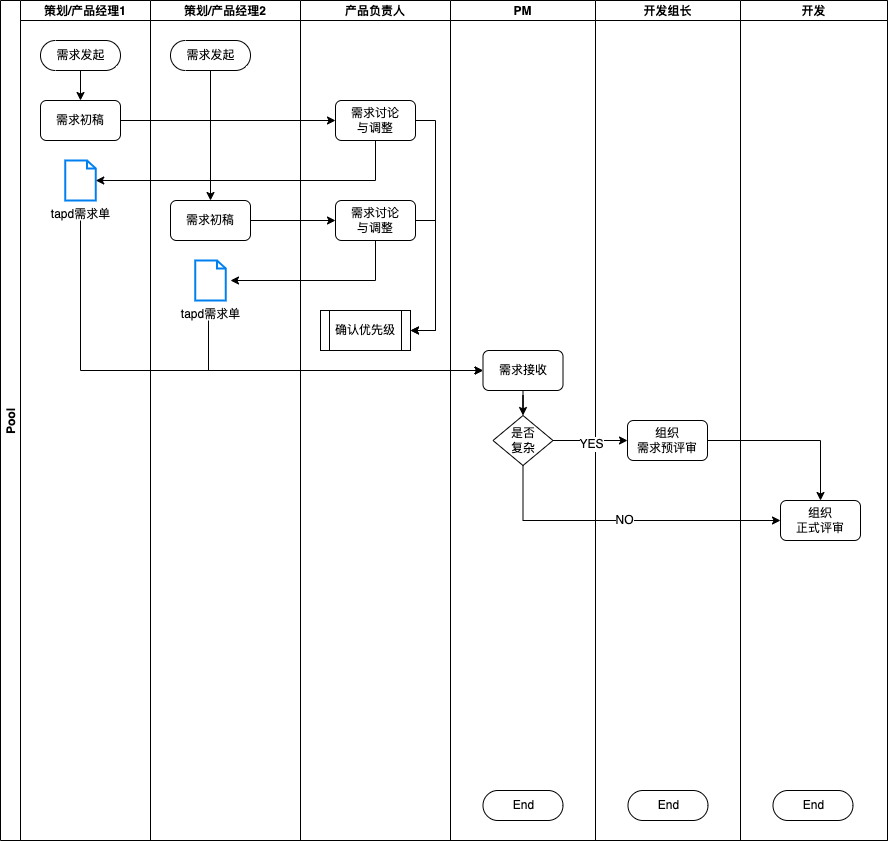
Above: Untitled Diagram.drawio.png in derek964/the-economist-ebooks (draw.io), before the change. Source tidied: cells renumbered, new cells last; positions are measured from the earlier drawing's top-left corner, leaving out a move shared by most shapes.
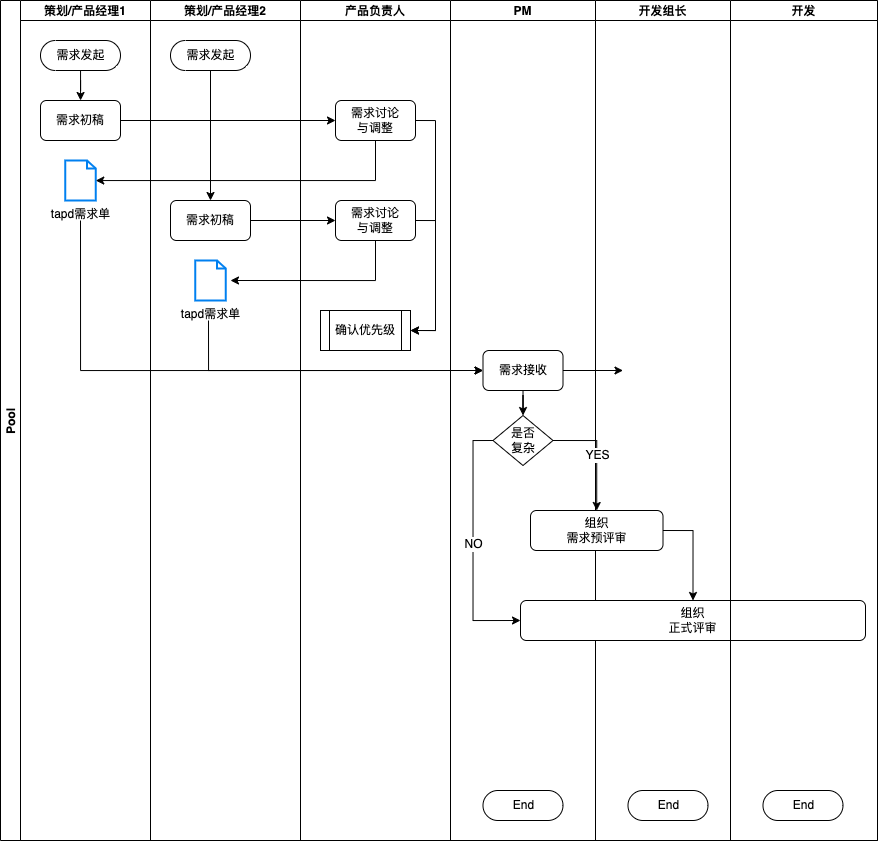
Above is the later version.

The edit, as a diff of the source:
```diff
@@ -3,7 +3,7 @@
     <mxCell id="0" />
     <mxCell id="1" parent="0" />
     <mxCell id="2" value="Pool" style="swimlane;startSize=20;horizontal=0;" parent="1" vertex="1">
-      <mxGeometry width="887" height="840" as="geometry" />
+      <mxGeometry width="877" height="840" as="geometry" />
     </mxCell>
     <mxCell id="3" value="策划/产品经理1" style="swimlane;startSize=20;" parent="2" vertex="1">
       <mxGeometry x="20" width="130" height="840" as="geometry" />
@@ -77,23 +77,26 @@
       <mxGeometry x="42.5" y="415" width="60" height="50" as="geometry" />
     </mxCell>
     <mxCell id="25" value="开发组长" style="swimlane;startSize=20;" parent="2" vertex="1">
-      <mxGeometry x="595" width="145" height="840" as="geometry" />
+      <mxGeometry x="595" width="135" height="840" as="geometry" />
     </mxCell>
     <mxCell id="26" value="End" style="html=1;dashed=0;whitespace=wrap;shape=mxgraph.dfd.start;" parent="25" vertex="1">
       <mxGeometry x="32.5" y="790" width="80" height="30" as="geometry" />
     </mxCell>
     <mxCell id="27" value="组织&lt;br&gt;需求预评审" style="rounded=1;whiteSpace=wrap;html=1;" parent="25" vertex="1">
-      <mxGeometry x="32" y="420" width="80" height="40" as="geometry" />
+      <mxGeometry x="-65" y="510" width="132.5" height="40" as="geometry" />
     </mxCell>
+    <mxCell id="30" value="组织&lt;br&gt;正式评审" style="rounded=1;whiteSpace=wrap;html=1;" parent="25" vertex="1">
+      <mxGeometry x="-75" y="600" width="345" height="40" as="geometry" />
+    </mxCell>
+    <mxCell id="39" style="edgeStyle=orthogonalEdgeStyle;rounded=0;jettySize=auto;html=1;entryX=0.5;entryY=0;entryDx=0;entryDy=0;exitX=1;exitY=0.5;exitDx=0;exitDy=0;" parent="25" edge="1" source="27" target="30">
+      <mxGeometry relative="1" as="geometry" />
+    </mxCell>
     <mxCell id="28" value="开发" style="swimlane;startSize=20;" parent="2" vertex="1">
-      <mxGeometry x="740" width="147" height="840" as="geometry" />
+      <mxGeometry x="730" width="147" height="840" as="geometry" />
     </mxCell>
     <mxCell id="29" value="End" style="html=1;dashed=0;whitespace=wrap;shape=mxgraph.dfd.start;" parent="28" vertex="1">
       <mxGeometry x="32.5" y="790" width="80" height="30" as="geometry" />
     </mxCell>
-    <mxCell id="30" value="组织&lt;br&gt;正式评审" style="rounded=1;whiteSpace=wrap;html=1;" parent="28" vertex="1">
-      <mxGeometry x="40" y="500" width="80" height="40" as="geometry" />
-    </mxCell>
     <mxCell id="31" style="edgeStyle=orthogonalEdgeStyle;rounded=0;jettySize=auto;html=1;entryX=0;entryY=0.5;entryDx=0;entryDy=0;exitX=1;exitY=0.5;exitDx=0;exitDy=0;" parent="2" edge="1" source="6" target="16">
       <mxGeometry relative="1" as="geometry" />
     </mxCell>
@@ -128,19 +131,21 @@
         </Array>
       </mxGeometry>
     </mxCell>
+    <mxCell id="40" style="edgeStyle=orthogonalEdgeStyle;rounded=0;jettySize=auto;html=1;" parent="2" edge="1" source="23">
+      <mxGeometry relative="1" as="geometry">
+        <mxPoint x="622.5" y="370" as="targetPoint" />
+      </mxGeometry>
+    </mxCell>
-    <mxCell id="36" style="edgeStyle=orthogonalEdgeStyle;rounded=0;jettySize=auto;html=1;" parent="2" edge="1" source="24" target="27">
+    <mxCell id="36" style="edgeStyle=orthogonalEdgeStyle;rounded=0;jettySize=auto;html=1;exitX=1;exitY=0.5;exitDx=0;exitDy=0;" parent="2" edge="1" source="24" target="27">
       <mxGeometry relative="1" as="geometry" />
     </mxCell>
     <mxCell id="37" value="YES" style="edgeLabel;html=1;align=center;verticalAlign=middle;" parent="36" vertex="1">
       <mxGeometry x="0.01" y="-2" relative="1" as="geometry">
-        <mxPoint x="1" y="1" as="offset" />
+        <mxPoint x="2" y="1" as="offset" />
       </mxGeometry>
     </mxCell>
-    <mxCell id="38" value="NO" style="edgeStyle=orthogonalEdgeStyle;rounded=0;jettySize=auto;html=1;exitX=0.5;exitY=1;exitDx=0;exitDy=0;entryX=0;entryY=0.5;entryDx=0;entryDy=0;" parent="2" edge="1" source="24" target="30">
+    <mxCell id="38" value="NO" style="edgeStyle=orthogonalEdgeStyle;rounded=0;jettySize=auto;html=1;exitX=0;exitY=0.5;exitDx=0;exitDy=0;entryX=0;entryY=0.5;entryDx=0;entryDy=0;startArrow=none;" parent="2" edge="1" source="24" target="30">
       <mxGeometry relative="1" as="geometry" />
     </mxCell>
-    <mxCell id="39" style="edgeStyle=orthogonalEdgeStyle;rounded=0;jettySize=auto;html=1;entryX=0.5;entryY=0;entryDx=0;entryDy=0;" parent="2" edge="1" source="27" target="30">
-      <mxGeometry relative="1" as="geometry" />
-    </mxCell>
   </root>
 </mxGraphModel>
```
